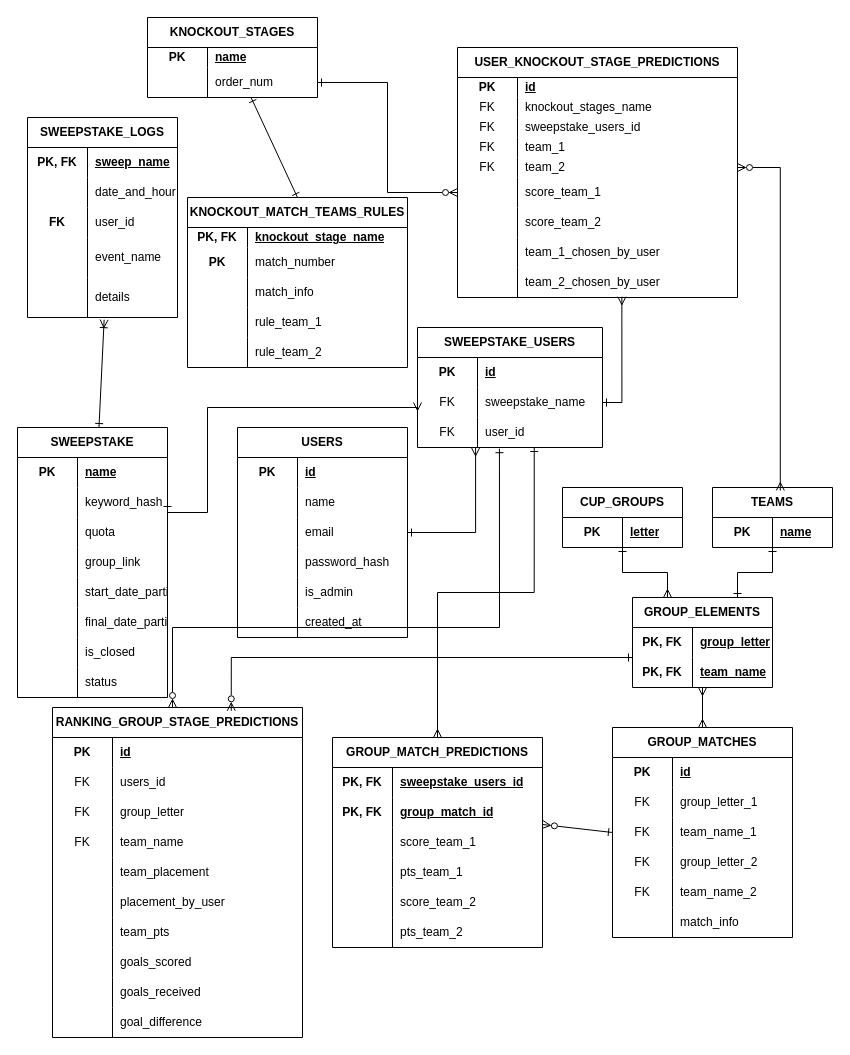
The draw.io diagram docs/Database - Diagrama ER.drawio in PedroKBarros/Bolao-do-Joca-2026, before the edit. Source tidied: cells renumbered, new cells numbered last; positions are measured from the earlier drawing's top-left corner, leaving out a move shared by most shapes. Both pictures are drawn from the tidied source at 100%, with x=0, y=0 at pixel (17, 17).
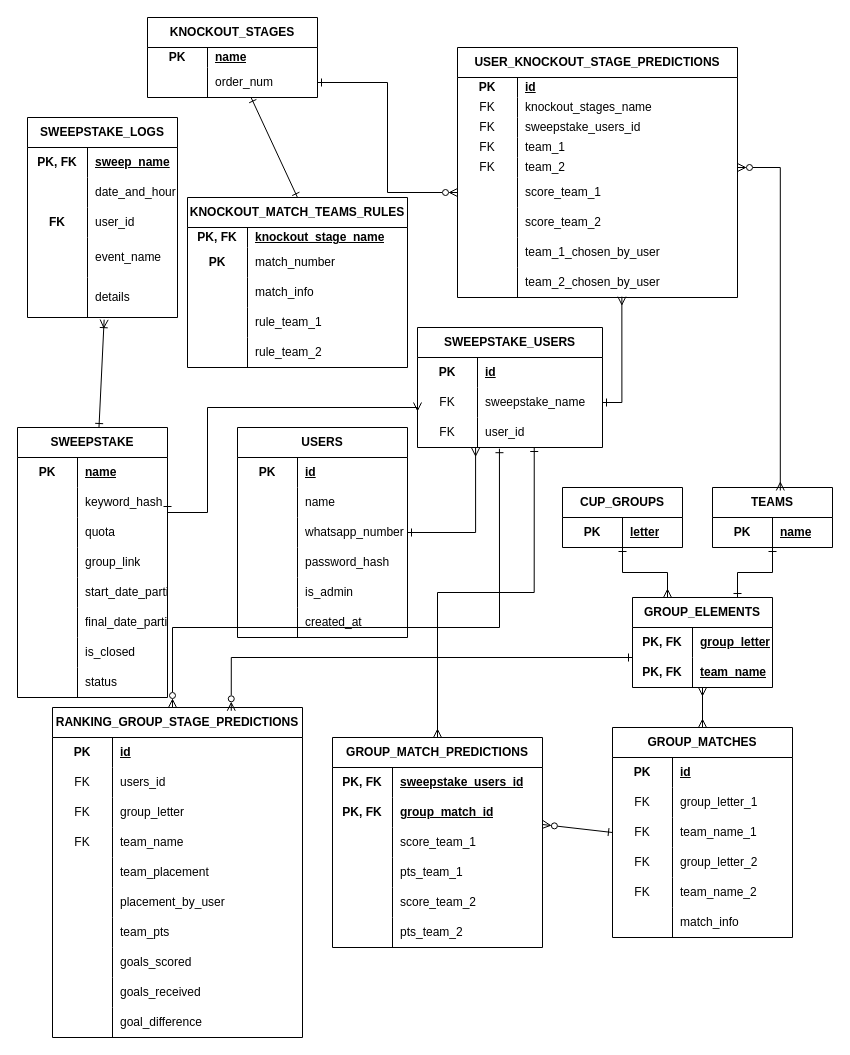
Above is the later version.

Commit message (it also covers changes not shown here):
Change email in user register end-point to whatsapp number and implements tests

The change refers to these unchanged cells:
```xml
<mxCell id="66" style="shape=tableRow;horizontal=0;startSize=0;swimlaneHead=0;swimlaneBody=0;fillColor=none;points=[[0,0.5],[1,0.5]];portConstraint=eastwest;top=0;left=0;right=0;bottom=0;html=1;rounded=0;" parent="59" vertex="1">
  <mxGeometry y="90" width="170" height="30" as="geometry" />
</mxCell>
```

What changed in the source:
```diff
@@
-    <mxCell id="68" value="email" style="shape=partialRectangle;fillColor=none;top=0;left=0;bottom=0;right=0;align=left;spacingLeft=6;fontStyle=0;overflow=hidden;html=1;whiteSpace=wrap;rounded=0;" parent="66" vertex="1">
+    <mxCell id="68" value="whatsapp_number" style="shape=partialRectangle;fillColor=none;top=0;left=0;bottom=0;right=0;align=left;spacingLeft=6;fontStyle=0;overflow=hidden;html=1;whiteSpace=wrap;rounded=0;" parent="66" vertex="1">
       <mxGeometry x="60" width="110" height="30" as="geometry" />
     </mxCell>
```
